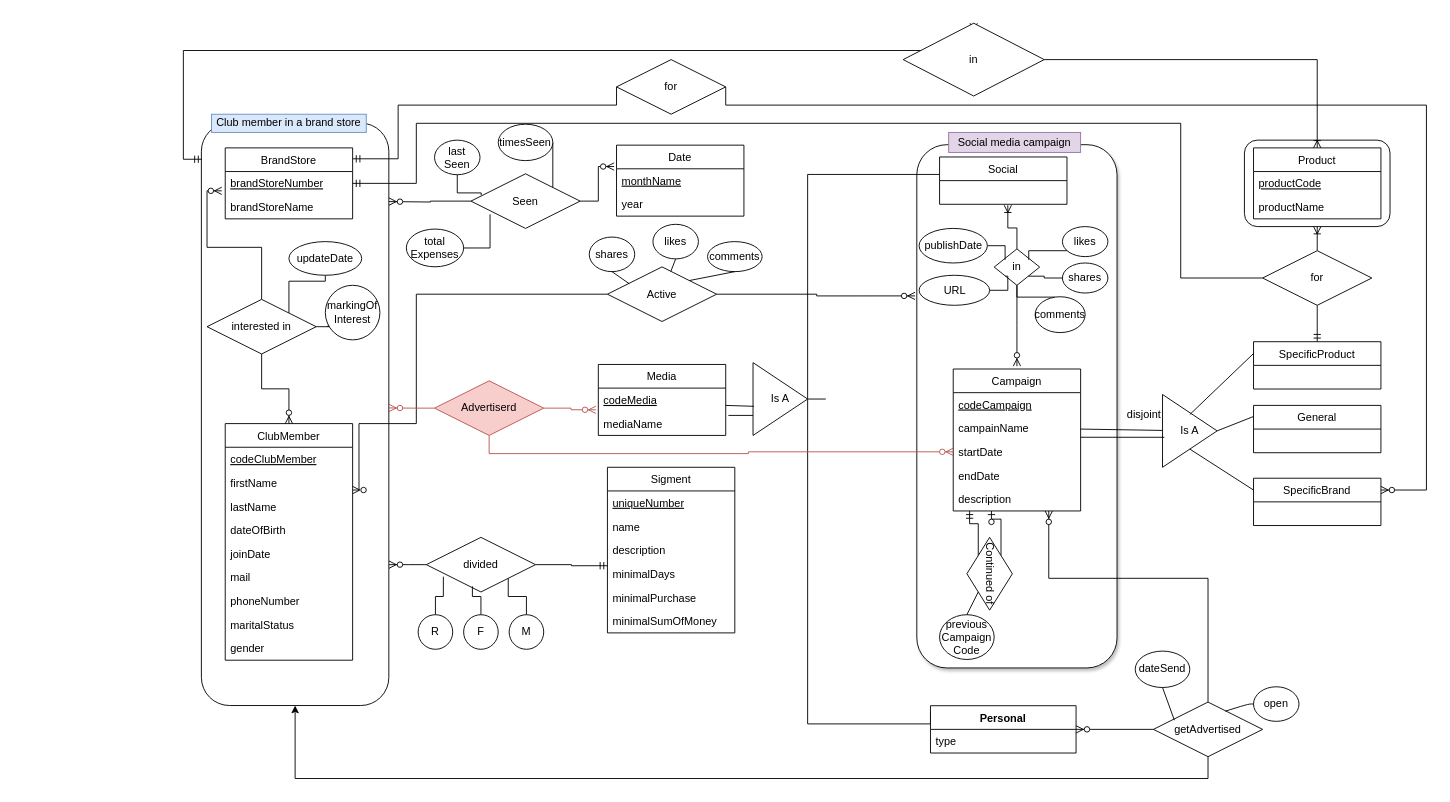
Earlier version of the draw.io diagram page "Page-1" (1 of 2) of תרגיל בית 1 עד ה18.11/Solution2_HW1_Diagram.drawio (Kfir-G/DataBases-ERD_diagrams). Source tidied: cells renumbered, new cells numbered last; positions are measured from the earlier drawing's top-left corner, leaving out a move shared by most shapes. Both pictures are drawn from the tidied source at 91%, with x=0, y=0 at pixel (4, 23).
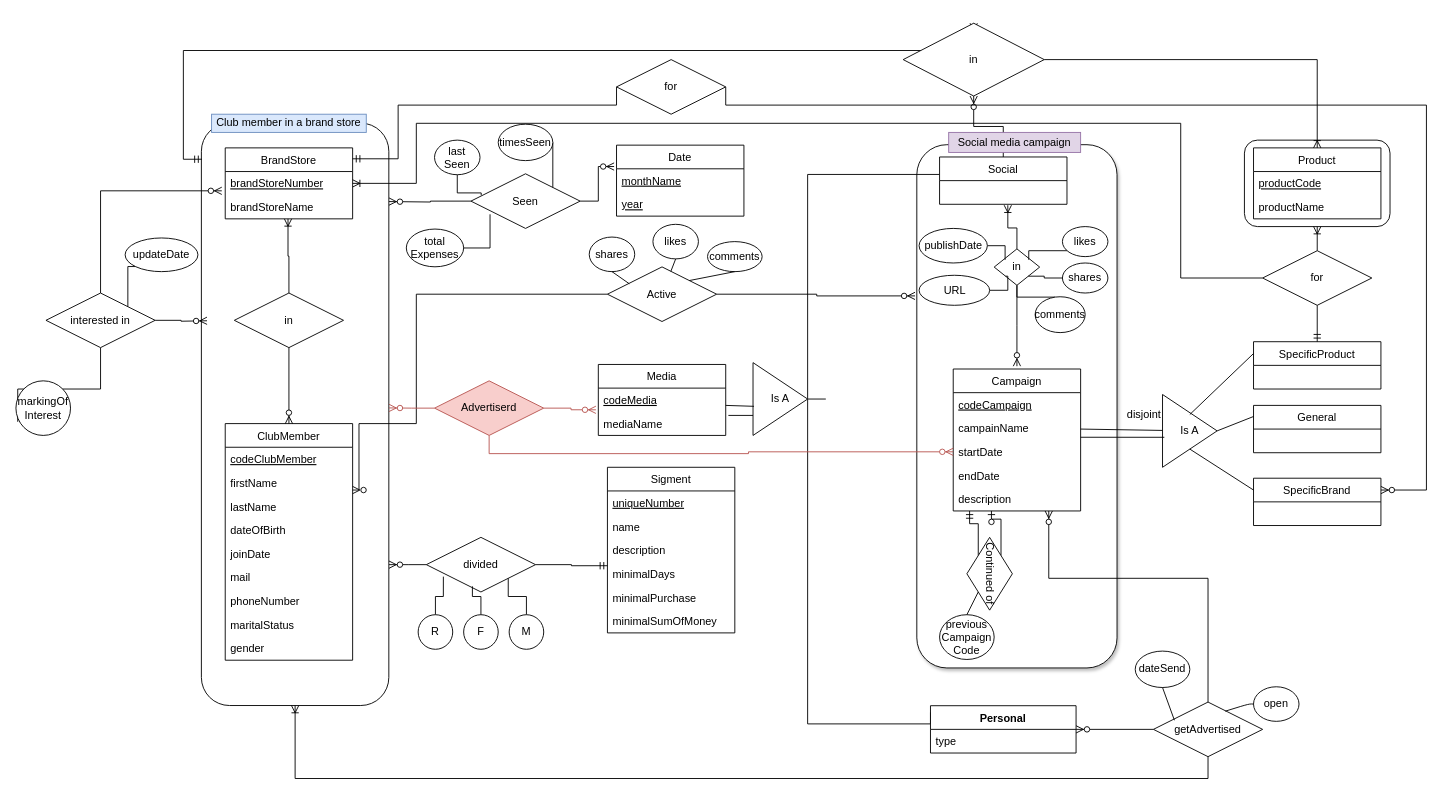
The same diagram, later.

Unchanged cells that the change refers to:
```xml
<mxCell id="3" style="rounded=1;whiteSpace=wrap;html=1;rotation=90;" parent="1" vertex="1">
  <mxGeometry x="-0.2" y="326.8" width="640" height="206" as="geometry" />
</mxCell>
<mxCell id="11" value="Social" style="swimlane;fontStyle=0;horizontal=1;startSize=26;fillColor=none;" parent="1" vertex="1">
  <mxGeometry x="1028" y="147" width="140" height="52" as="geometry" />
</mxCell>
<mxCell id="31" value="for" style="shape=rhombus;perimeter=rhombusPerimeter;whiteSpace=wrap;html=1;align=center;" parent="1" vertex="1">
  <mxGeometry x="1383" y="250" width="120" height="60" as="geometry" />
</mxCell>
<mxCell id="36" value="ClubMember" style="swimlane;fontStyle=0;horizontal=1;startSize=26;fillColor=none;" parent="1" vertex="1">
  <mxGeometry x="243" y="440" width="140" height="260" as="geometry" />
</mxCell>
<mxCell id="52" value="brandStoreNumber" style="text;strokeColor=none;fillColor=none;align=left;verticalAlign=top;spacingLeft=4;spacingRight=4;overflow=hidden;points=[[0,0.5],[1,0.5]];portConstraint=eastwest;fontStyle=4;" parent="51" vertex="1">
  <mxGeometry y="26" width="140" height="26" as="geometry" />
</mxCell>
<mxCell id="53" value="brandStoreName" style="text;strokeColor=none;fillColor=none;align=left;verticalAlign=top;spacingLeft=4;spacingRight=4;overflow=hidden;points=[[0,0.5],[1,0.5]];portConstraint=eastwest;" parent="51" vertex="1">
  <mxGeometry y="52" width="140" height="26" as="geometry" />
</mxCell>
<mxCell id="69" value="Date" style="swimlane;fontStyle=0;horizontal=1;startSize=26;fillColor=none;" parent="1" vertex="1">
  <mxGeometry x="673" y="134" width="140" height="78" as="geometry" />
</mxCell>
<mxCell id="127" value="getAdvertised" style="shape=rhombus;perimeter=rhombusPerimeter;whiteSpace=wrap;html=1;align=center;" parent="1" vertex="1">
  <mxGeometry x="1263" y="746" width="120" height="60" as="geometry" />
</mxCell>
<mxCell id="133" value="in" style="rhombus;whiteSpace=wrap;html=1;" parent="1" vertex="1">
  <mxGeometry x="988" width="155" height="80" as="geometry" />
</mxCell>
```

Change to the diagram source:
```diff
@@
+    <mxCell id="134" style="edgeStyle=orthogonalEdgeStyle;rounded=0;jettySize=auto;html=1;endArrow=ERzeroToMany;endFill=1;" parent="1" edge="1" source="11" target="133">
+      <mxGeometry relative="1" as="geometry" />
+    </mxCell>
@@
-    <mxCell id="30" style="edgeStyle=orthogonalEdgeStyle;rounded=0;jettySize=auto;html=1;entryX=1;entryY=0.5;entryDx=0;entryDy=0;endArrow=ERmandOne;endFill=0;" parent="1" edge="1" source="31" target="52">
+    <mxCell id="30" style="edgeStyle=orthogonalEdgeStyle;rounded=0;jettySize=auto;html=1;entryX=1;entryY=0.5;entryDx=0;entryDy=0;endArrow=ERoneToMany;endFill=0;" parent="1" edge="1" source="31" target="52">
       <mxGeometry relative="1" as="geometry">
         <Array as="points">
           <mxPoint x="1293" y="280" />
           <mxPoint x="1293" y="110" />
           <mxPoint x="453" y="110" />
           <mxPoint x="453" y="176" />
         </Array>
       </mxGeometry>
     </mxCell>
@@
-    <mxCell id="55" style="edgeStyle=orthogonalEdgeStyle;rounded=0;jettySize=auto;html=1;exitX=1;exitY=0;exitDx=0;exitDy=0;entryX=0.5;entryY=1;entryDx=0;entryDy=0;endArrow=none;endFill=0;" parent="1" edge="1" source="58" target="116">
-      <mxGeometry relative="1" as="geometry" />
+    <mxCell id="55" style="edgeStyle=orthogonalEdgeStyle;rounded=0;jettySize=auto;html=1;exitX=1;exitY=0;exitDx=0;exitDy=0;endArrow=none;endFill=0;entryX=0;entryY=1;entryDx=0;entryDy=0;" parent="1" edge="1" source="58" target="116">
+      <mxGeometry relative="1" as="geometry">
+        <Array as="points">
+          <mxPoint x="136" y="268" />
+        </Array>
+      </mxGeometry>
     </mxCell>
-    <mxCell id="56" style="edgeStyle=orthogonalEdgeStyle;rounded=0;jettySize=auto;html=1;exitX=1;exitY=0.5;exitDx=0;exitDy=0;entryX=0.033;entryY=0.75;entryDx=0;entryDy=0;endArrow=none;endFill=0;entryPerimeter=0;" parent="1" edge="1" source="58" target="117">
+    <mxCell id="56" style="edgeStyle=orthogonalEdgeStyle;rounded=0;jettySize=auto;html=1;exitX=0.5;exitY=1;exitDx=0;exitDy=0;entryX=0.033;entryY=0.75;entryDx=0;entryDy=0;endArrow=none;endFill=0;entryPerimeter=0;" parent="1" edge="1" source="58" target="117">
       <mxGeometry relative="1" as="geometry">
         <Array as="points">
-          <mxPoint x="383" y="334" />
+          <mxPoint x="106" y="402" />
+          <mxPoint x="15" y="402" />
         </Array>
       </mxGeometry>
     </mxCell>
-    <mxCell id="57" style="edgeStyle=orthogonalEdgeStyle;rounded=0;jettySize=auto;html=1;endArrow=ERzeroToMany;endFill=1;" parent="1" edge="1" source="58" target="36">
-      <mxGeometry relative="1" as="geometry" />
+    <mxCell id="57" style="edgeStyle=orthogonalEdgeStyle;rounded=0;jettySize=auto;html=1;endArrow=ERzeroToMany;endFill=1;" parent="1" edge="1" source="58">
+      <mxGeometry relative="1" as="geometry">
+        <mxPoint x="223" y="327" as="targetPoint" />
+      </mxGeometry>
     </mxCell>
     <mxCell id="58" value="interested in" style="shape=rhombus;perimeter=rhombusPerimeter;whiteSpace=wrap;html=1;align=center;" parent="1" vertex="1">
-      <mxGeometry x="223" y="303.5" width="120" height="60" as="geometry" />
+      <mxGeometry x="46" y="296.5" width="120" height="60" as="geometry" />
     </mxCell>
@@
-    <mxCell id="71" value="year" style="text;strokeColor=none;fillColor=none;align=left;verticalAlign=top;spacingLeft=4;spacingRight=4;overflow=hidden;fontStyle=0;" parent="69" vertex="1">
+    <mxCell id="71" value="year" style="text;strokeColor=none;fillColor=none;align=left;verticalAlign=top;spacingLeft=4;spacingRight=4;overflow=hidden;fontStyle=4;" parent="69" vertex="1">
       <mxGeometry y="52" width="140" height="26" as="geometry" />
     </mxCell>
@@
     <mxCell id="116" value="updateDate" style="ellipse;whiteSpace=wrap;html=1;" parent="1" vertex="1">
-      <mxGeometry x="313" y="240" width="80" height="37" as="geometry" />
+      <mxGeometry x="133" y="236" width="80" height="37" as="geometry" />
     </mxCell>
     <mxCell id="117" value="markingOf Interest" style="ellipse;whiteSpace=wrap;html=1;" parent="1" vertex="1">
-      <mxGeometry x="353" y="288" width="60" height="60" as="geometry" />
+      <mxGeometry x="13" y="393" width="60" height="60" as="geometry" />
     </mxCell>
@@
-    <mxCell id="126" style="edgeStyle=orthogonalEdgeStyle;rounded=0;jettySize=auto;html=1;entryX=1;entryY=0.5;entryDx=0;entryDy=0;" parent="1" edge="1" source="127" target="3">
+    <mxCell id="126" style="edgeStyle=orthogonalEdgeStyle;rounded=0;jettySize=auto;html=1;entryX=1;entryY=0.5;entryDx=0;entryDy=0;endArrow=ERoneToMany;endFill=0;" parent="1" edge="1" source="127" target="3">
       <mxGeometry relative="1" as="geometry">
         <Array as="points">
           <mxPoint x="1323" y="830" />
           <mxPoint x="320" y="830" />
         </Array>
       </mxGeometry>
     </mxCell>
@@
+    <mxCell id="135" style="edgeStyle=orthogonalEdgeStyle;rounded=0;jettySize=auto;html=1;endArrow=ERoneToMany;endFill=0;" parent="1" edge="1" source="137" target="53">
+      <mxGeometry relative="1" as="geometry">
+        <Array as="points">
+          <mxPoint x="313" y="256" />
+          <mxPoint x="312" y="256" />
+        </Array>
+      </mxGeometry>
+    </mxCell>
+    <mxCell id="136" style="edgeStyle=orthogonalEdgeStyle;rounded=0;jettySize=auto;html=1;endArrow=ERzeroToMany;endFill=1;entryX=0.5;entryY=0;entryDx=0;entryDy=0;" parent="1" edge="1" source="137" target="36">
+      <mxGeometry relative="1" as="geometry" />
+    </mxCell>
+    <mxCell id="137" value="in" style="shape=rhombus;perimeter=rhombusPerimeter;whiteSpace=wrap;html=1;align=center;" parent="1" vertex="1">
+      <mxGeometry x="253" y="296.5" width="120" height="60" as="geometry" />
+    </mxCell>
```
